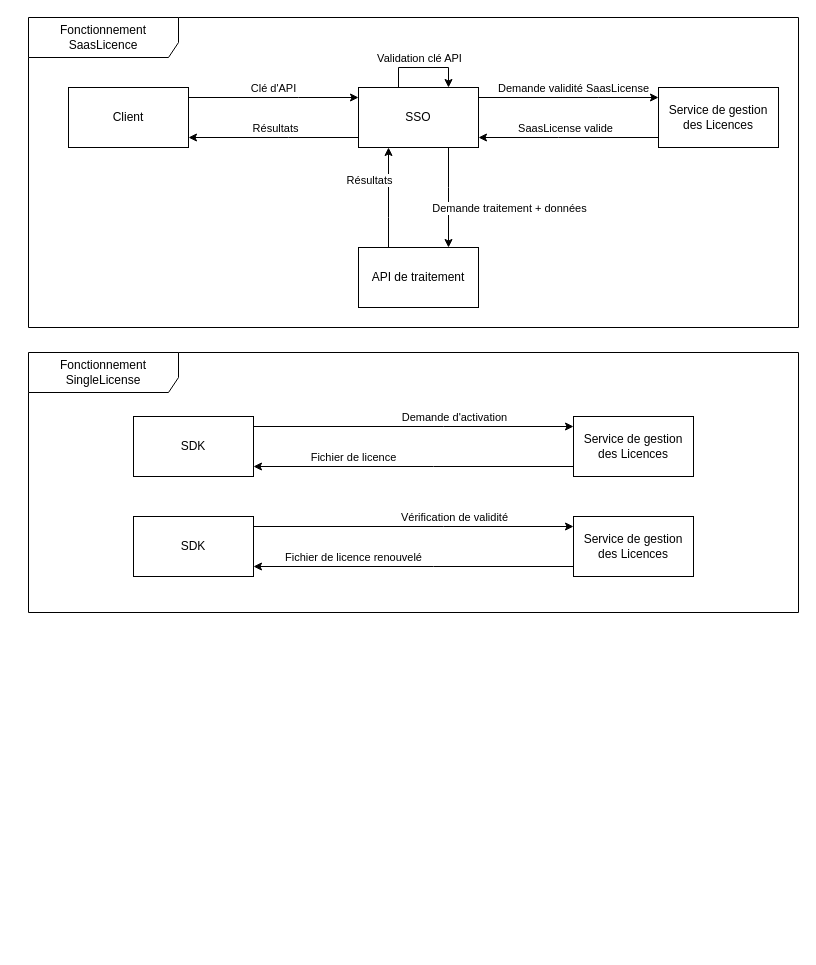
The draw.io diagram Diagramme sans nom.drawio in Smaxxe/ProjetStage, before the edit. Source tidied: cells renumbered, new cells numbered last; positions are measured from the earlier drawing's top-left corner, leaving out a move shared by most shapes. Both pictures are drawn from the tidied source at 100%, with x=0, y=0 at pixel (28, 17).
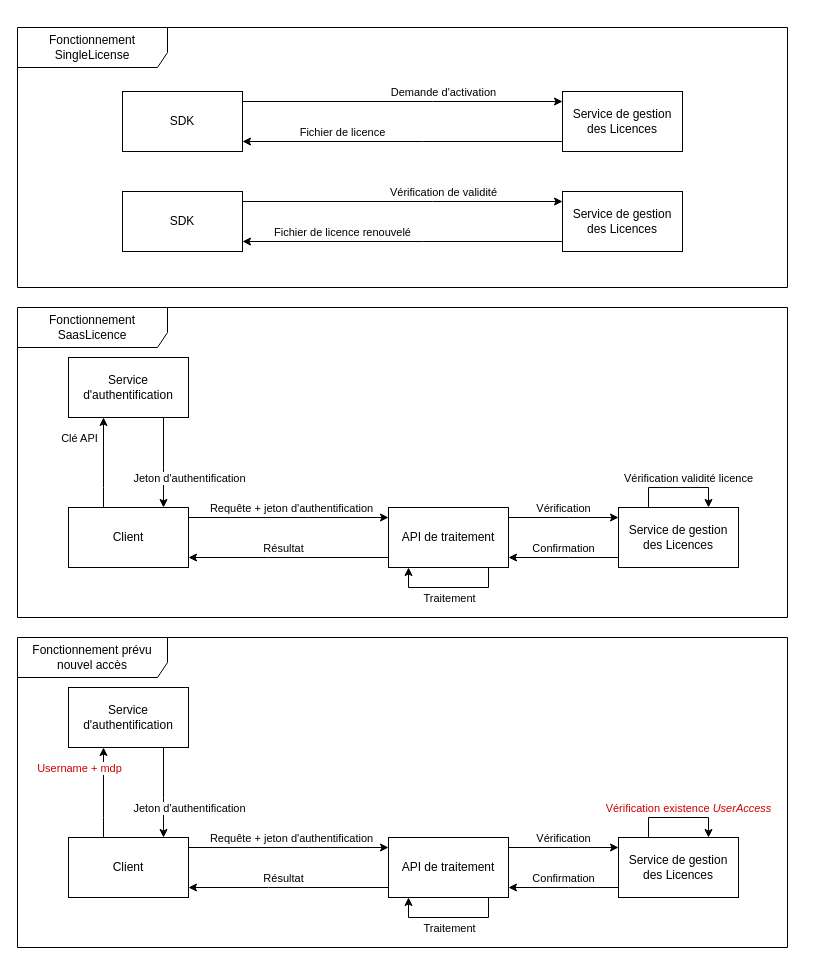
After the change.

Commit message:
Mettre à jour Diagramme sans nom.drawio

Diff of the diagram source:
```diff
@@
-    <mxCell id="2" style="edgeStyle=orthogonalEdgeStyle;rounded=0;jettySize=auto;html=1;" parent="1" edge="1" source="4" target="11">
-      <mxGeometry relative="1" as="geometry">
-        <Array as="points">
-          <mxPoint x="270" y="80" />
-          <mxPoint x="270" y="80" />
-        </Array>
-      </mxGeometry>
-    </mxCell>
-    <mxCell id="3" value="&lt;div&gt;Clé d'API&lt;br&gt;&lt;/div&gt;" style="edgeLabel;html=1;align=center;verticalAlign=middle;" parent="2" vertex="1">
-      <mxGeometry x="0.27" y="1" relative="1" as="geometry">
-        <mxPoint x="-24" y="-9" as="offset" />
-      </mxGeometry>
-    </mxCell>
-    <mxCell id="4" value="Client" style="rounded=0;whiteSpace=wrap;html=1;" parent="1" vertex="1">
-      <mxGeometry x="40" y="70" width="120" height="60" as="geometry" />
-    </mxCell>
-    <mxCell id="5" style="edgeStyle=orthogonalEdgeStyle;rounded=0;jettySize=auto;html=1;" parent="1" edge="1" source="11" target="4">
-      <mxGeometry relative="1" as="geometry">
-        <Array as="points">
-          <mxPoint x="260" y="120" />
-          <mxPoint x="260" y="120" />
-        </Array>
-      </mxGeometry>
-    </mxCell>
-    <mxCell id="6" value="Résultats " style="edgeLabel;html=1;align=center;verticalAlign=middle;" parent="5" vertex="1">
-      <mxGeometry x="0.23" y="1" relative="1" as="geometry">
-        <mxPoint x="21" y="-11" as="offset" />
-      </mxGeometry>
-    </mxCell>
     <mxCell id="7" style="edgeStyle=orthogonalEdgeStyle;rounded=0;jettySize=auto;html=1;" parent="1" edge="1" source="11" target="14">
       <mxGeometry relative="1" as="geometry">
         <Array as="points">
-          <mxPoint x="570" y="80" />
-          <mxPoint x="570" y="80" />
+          <mxPoint x="280" y="500" />
+          <mxPoint x="280" y="500" />
         </Array>
       </mxGeometry>
     </mxCell>
-    <mxCell id="8" value="Demande validité SaasLicense" style="edgeLabel;html=1;align=center;verticalAlign=middle;" parent="7" vertex="1">
+    <mxCell id="8" value="Requête + jeton d'authentification" style="edgeLabel;html=1;align=center;verticalAlign=middle;" parent="7" vertex="1">
       <mxGeometry x="0.24" y="1" relative="1" as="geometry">
-        <mxPoint x="-18" y="-9" as="offset" />
+        <mxPoint x="-22" y="-9" as="offset" />
       </mxGeometry>
     </mxCell>
-    <mxCell id="9" style="edgeStyle=orthogonalEdgeStyle;rounded=0;jettySize=auto;html=1;" parent="1" edge="1" source="11" target="19">
-      <mxGeometry relative="1" as="geometry">
-        <Array as="points">
-          <mxPoint x="420" y="170" />
-          <mxPoint x="420" y="170" />
-        </Array>
-      </mxGeometry>
-    </mxCell>
-    <mxCell id="10" value="Demande traitement + données" style="edgeLabel;html=1;align=center;verticalAlign=middle;" parent="9" vertex="1">
-      <mxGeometry x="-0.2" y="1" relative="1" as="geometry">
-        <mxPoint x="59" y="20" as="offset" />
-      </mxGeometry>
-    </mxCell>
-    <mxCell id="11" value="SSO" style="rounded=0;whiteSpace=wrap;html=1;" parent="1" vertex="1">
-      <mxGeometry x="330" y="70" width="120" height="60" as="geometry" />
+    <mxCell id="11" value="Client" style="rounded=0;whiteSpace=wrap;html=1;" parent="1" vertex="1">
+      <mxGeometry x="40" y="490" width="120" height="60" as="geometry" />
     </mxCell>
     <mxCell id="12" style="edgeStyle=orthogonalEdgeStyle;rounded=0;jettySize=auto;html=1;" parent="1" edge="1" source="14" target="11">
       <mxGeometry relative="1" as="geometry">
         <Array as="points">
-          <mxPoint x="530" y="120" />
-          <mxPoint x="530" y="120" />
+          <mxPoint x="240" y="540" />
+          <mxPoint x="240" y="540" />
         </Array>
       </mxGeometry>
     </mxCell>
-    <mxCell id="13" value="SaasLicense valide" style="edgeLabel;html=1;align=center;verticalAlign=middle;" parent="12" vertex="1">
+    <mxCell id="13" value="Résultat" style="edgeLabel;html=1;align=center;verticalAlign=middle;" parent="12" vertex="1">
       <mxGeometry x="0.15" y="1" relative="1" as="geometry">
         <mxPoint x="9" y="-11" as="offset" />
       </mxGeometry>
     </mxCell>
+    <mxCell id="34" style="edgeStyle=orthogonalEdgeStyle;rounded=0;jettySize=auto;html=1;" parent="1" edge="1" source="14" target="19">
+      <mxGeometry relative="1" as="geometry">
+        <Array as="points">
+          <mxPoint x="540" y="500" />
+          <mxPoint x="540" y="500" />
+        </Array>
+      </mxGeometry>
+    </mxCell>
+    <mxCell id="35" value="Vérification" style="edgeLabel;html=1;align=center;verticalAlign=middle;" parent="34" vertex="1">
+      <mxGeometry x="0.23" relative="1" as="geometry">
+        <mxPoint x="-14" y="-10" as="offset" />
+      </mxGeometry>
+    </mxCell>
-    <mxCell id="14" value="Service de gestion des Licences" style="rounded=0;whiteSpace=wrap;html=1;" parent="1" vertex="1">
-      <mxGeometry x="630" y="70" width="120" height="60" as="geometry" />
+    <mxCell id="14" value="API de traitement" style="rounded=0;whiteSpace=wrap;html=1;" parent="1" vertex="1">
+      <mxGeometry x="360" y="490" width="120" height="60" as="geometry" />
     </mxCell>
-    <mxCell id="15" style="edgeStyle=orthogonalEdgeStyle;rounded=0;orthogonalLoop=1;jettySize=auto;html=1;" parent="1" edge="1" source="11" target="11">
+    <mxCell id="15" style="edgeStyle=orthogonalEdgeStyle;rounded=0;jettySize=auto;html=1;" parent="1" edge="1" source="11" target="40">
       <mxGeometry relative="1" as="geometry">
         <Array as="points">
-          <mxPoint x="370" y="50" />
-          <mxPoint x="420" y="50" />
+          <mxPoint x="75" y="470" />
+          <mxPoint x="75" y="470" />
         </Array>
       </mxGeometry>
     </mxCell>
-    <mxCell id="16" value="Validation clé API" style="edgeLabel;html=1;align=center;verticalAlign=middle;" parent="15" vertex="1">
+    <mxCell id="16" value="Clé API" style="edgeLabel;html=1;align=center;verticalAlign=middle;" parent="15" vertex="1">
       <mxGeometry x="0.26" y="1" relative="1" as="geometry">
-        <mxPoint x="-17" y="-9" as="offset" />
+        <mxPoint x="-24" y="-13" as="offset" />
       </mxGeometry>
     </mxCell>
-    <mxCell id="17" style="edgeStyle=orthogonalEdgeStyle;rounded=0;jettySize=auto;html=1;" parent="1" edge="1" source="19" target="11">
-      <mxGeometry relative="1" as="geometry">
-        <Array as="points">
-          <mxPoint x="360" y="200" />
-          <mxPoint x="360" y="200" />
-        </Array>
-      </mxGeometry>
-    </mxCell>
-    <mxCell id="18" value="Résultats" style="edgeLabel;html=1;align=center;verticalAlign=middle;" parent="17" vertex="1">
-      <mxGeometry x="0.15" y="-3" relative="1" as="geometry">
-        <mxPoint x="-23" y="-11" as="offset" />
-      </mxGeometry>
-    </mxCell>
+    <mxCell id="36" style="edgeStyle=orthogonalEdgeStyle;rounded=0;jettySize=auto;html=1;" parent="1" edge="1" source="19" target="14">
+      <mxGeometry relative="1" as="geometry">
+        <Array as="points">
+          <mxPoint x="540" y="540" />
+          <mxPoint x="540" y="540" />
+        </Array>
+      </mxGeometry>
+    </mxCell>
+    <mxCell id="37" value="Confirmation" style="edgeLabel;html=1;align=center;verticalAlign=middle;" parent="36" vertex="1">
+      <mxGeometry x="0.19" relative="1" as="geometry">
+        <mxPoint x="9" y="-10" as="offset" />
+      </mxGeometry>
+    </mxCell>
-    <mxCell id="19" value="API de traitement" style="rounded=0;whiteSpace=wrap;html=1;" parent="1" vertex="1">
-      <mxGeometry x="330" y="230" width="120" height="60" as="geometry" />
+    <mxCell id="19" value="Service de gestion des Licences" style="rounded=0;whiteSpace=wrap;html=1;" parent="1" vertex="1">
+      <mxGeometry x="590" y="490" width="120" height="60" as="geometry" />
     </mxCell>
     <mxCell id="20" value="Fonctionnement SaasLicence" style="shape=umlFrame;whiteSpace=wrap;html=1;width=150;height=40;" parent="1" vertex="1">
-      <mxGeometry width="770" height="310" as="geometry" />
+      <mxGeometry x="-11" y="290" width="770" height="310" as="geometry" />
     </mxCell>
     <mxCell id="21" style="edgeStyle=orthogonalEdgeStyle;rounded=0;jettySize=auto;html=1;" parent="1" edge="1" source="23" target="26">
       <mxGeometry relative="1" as="geometry">
         <Array as="points">
-          <mxPoint x="415" y="409" />
-          <mxPoint x="415" y="409" />
+          <mxPoint x="404" y="84" />
+          <mxPoint x="404" y="84" />
         </Array>
       </mxGeometry>
     </mxCell>
@@
     <mxCell id="23" value="SDK" style="rounded=0;whiteSpace=wrap;html=1;" parent="1" vertex="1">
-      <mxGeometry x="105" y="399" width="120" height="60" as="geometry" />
+      <mxGeometry x="94" y="74" width="120" height="60" as="geometry" />
     </mxCell>
     <mxCell id="24" style="edgeStyle=orthogonalEdgeStyle;rounded=0;jettySize=auto;html=1;" parent="1" edge="1" source="26" target="23">
       <mxGeometry relative="1" as="geometry">
         <Array as="points">
-          <mxPoint x="405" y="449" />
-          <mxPoint x="405" y="449" />
+          <mxPoint x="394" y="124" />
+          <mxPoint x="394" y="124" />
         </Array>
       </mxGeometry>
     </mxCell>
@@
     <mxCell id="26" value="Service de gestion des Licences" style="rounded=0;whiteSpace=wrap;html=1;" parent="1" vertex="1">
-      <mxGeometry x="545" y="399" width="120" height="60" as="geometry" />
+      <mxGeometry x="534" y="74" width="120" height="60" as="geometry" />
     </mxCell>
     <mxCell id="27" style="edgeStyle=orthogonalEdgeStyle;rounded=0;jettySize=auto;html=1;" parent="1" edge="1" source="29" target="32">
       <mxGeometry relative="1" as="geometry">
         <Array as="points">
-          <mxPoint x="415" y="509" />
-          <mxPoint x="415" y="509" />
+          <mxPoint x="404" y="184" />
+          <mxPoint x="404" y="184" />
         </Array>
       </mxGeometry>
     </mxCell>
@@
     <mxCell id="29" value="SDK" style="rounded=0;whiteSpace=wrap;html=1;" parent="1" vertex="1">
-      <mxGeometry x="105" y="499" width="120" height="60" as="geometry" />
+      <mxGeometry x="94" y="174" width="120" height="60" as="geometry" />
     </mxCell>
     <mxCell id="30" style="edgeStyle=orthogonalEdgeStyle;rounded=0;jettySize=auto;html=1;" parent="1" edge="1" source="32" target="29">
       <mxGeometry relative="1" as="geometry">
         <Array as="points">
-          <mxPoint x="405" y="549" />
-          <mxPoint x="405" y="549" />
+          <mxPoint x="394" y="224" />
+          <mxPoint x="394" y="224" />
         </Array>
       </mxGeometry>
     </mxCell>
@@
     <mxCell id="32" value="Service de gestion des Licences" style="rounded=0;whiteSpace=wrap;html=1;" parent="1" vertex="1">
-      <mxGeometry x="545" y="499" width="120" height="60" as="geometry" />
+      <mxGeometry x="534" y="174" width="120" height="60" as="geometry" />
     </mxCell>
     <mxCell id="33" value="Fonctionnement SingleLicense" style="shape=umlFrame;whiteSpace=wrap;html=1;width=150;height=40;" parent="1" vertex="1">
-      <mxGeometry y="335" width="770" height="260" as="geometry" />
+      <mxGeometry x="-11" y="10" width="770" height="260" as="geometry" />
     </mxCell>
+    <mxCell id="38" style="edgeStyle=orthogonalEdgeStyle;rounded=0;jettySize=auto;html=1;" parent="1" edge="1" source="40" target="11">
+      <mxGeometry relative="1" as="geometry">
+        <Array as="points">
+          <mxPoint x="135" y="450" />
+          <mxPoint x="135" y="450" />
+        </Array>
+      </mxGeometry>
+    </mxCell>
+    <mxCell id="39" value="Jeton d'authentification " style="edgeLabel;html=1;align=center;verticalAlign=middle;" parent="38" vertex="1">
+      <mxGeometry x="-0.24" y="-1" relative="1" as="geometry">
+        <mxPoint x="26" y="26" as="offset" />
+      </mxGeometry>
+    </mxCell>
+    <mxCell id="40" value="Service d'authentification" style="rounded=0;whiteSpace=wrap;html=1;" parent="1" vertex="1">
+      <mxGeometry x="40" y="340" width="120" height="60" as="geometry" />
+    </mxCell>
+    <mxCell id="41" style="edgeStyle=orthogonalEdgeStyle;rounded=0;jettySize=auto;html=1;" parent="1" edge="1" source="4" target="47">
+      <mxGeometry relative="1" as="geometry">
+        <Array as="points">
+          <mxPoint x="280" y="830" />
+          <mxPoint x="280" y="830" />
+        </Array>
+      </mxGeometry>
+    </mxCell>
+    <mxCell id="42" value="Requête + jeton d'authentification" style="edgeLabel;html=1;align=center;verticalAlign=middle;" parent="41" vertex="1">
+      <mxGeometry x="0.24" y="1" relative="1" as="geometry">
+        <mxPoint x="-22" y="-9" as="offset" />
+      </mxGeometry>
+    </mxCell>
+    <mxCell id="4" value="Client" style="rounded=0;whiteSpace=wrap;html=1;" parent="1" vertex="1">
+      <mxGeometry x="40" y="820" width="120" height="60" as="geometry" />
+    </mxCell>
+    <mxCell id="43" style="edgeStyle=orthogonalEdgeStyle;rounded=0;jettySize=auto;html=1;" parent="1" edge="1" source="47" target="4">
+      <mxGeometry relative="1" as="geometry">
+        <Array as="points">
+          <mxPoint x="240" y="870" />
+          <mxPoint x="240" y="870" />
+        </Array>
+      </mxGeometry>
+    </mxCell>
+    <mxCell id="44" value="Résultat" style="edgeLabel;html=1;align=center;verticalAlign=middle;" parent="43" vertex="1">
+      <mxGeometry x="0.15" y="1" relative="1" as="geometry">
+        <mxPoint x="9" y="-11" as="offset" />
+      </mxGeometry>
+    </mxCell>
+    <mxCell id="45" style="edgeStyle=orthogonalEdgeStyle;rounded=0;jettySize=auto;html=1;" parent="1" edge="1" source="47" target="52">
+      <mxGeometry relative="1" as="geometry">
+        <Array as="points">
+          <mxPoint x="540" y="830" />
+          <mxPoint x="540" y="830" />
+        </Array>
+      </mxGeometry>
+    </mxCell>
+    <mxCell id="46" value="Vérification" style="edgeLabel;html=1;align=center;verticalAlign=middle;" parent="45" vertex="1">
+      <mxGeometry x="0.23" relative="1" as="geometry">
+        <mxPoint x="-14" y="-10" as="offset" />
+      </mxGeometry>
+    </mxCell>
+    <mxCell id="47" value="API de traitement" style="rounded=0;whiteSpace=wrap;html=1;" parent="1" vertex="1">
+      <mxGeometry x="360" y="820" width="120" height="60" as="geometry" />
+    </mxCell>
+    <mxCell id="48" style="edgeStyle=orthogonalEdgeStyle;rounded=0;jettySize=auto;html=1;" parent="1" edge="1" source="4" target="56">
+      <mxGeometry relative="1" as="geometry">
+        <Array as="points">
+          <mxPoint x="75" y="800" />
+          <mxPoint x="75" y="800" />
+        </Array>
+      </mxGeometry>
+    </mxCell>
+    <mxCell id="49" value="&lt;font color=&quot;#cc0000&quot;&gt;Username + mdp&lt;/font&gt;" style="edgeLabel;html=1;align=center;verticalAlign=middle;" parent="48" vertex="1">
+      <mxGeometry x="0.26" y="1" relative="1" as="geometry">
+        <mxPoint x="-24" y="-13" as="offset" />
+      </mxGeometry>
+    </mxCell>
+    <mxCell id="50" style="edgeStyle=orthogonalEdgeStyle;rounded=0;jettySize=auto;html=1;" parent="1" edge="1" source="52" target="47">
+      <mxGeometry relative="1" as="geometry">
+        <Array as="points">
+          <mxPoint x="540" y="870" />
+          <mxPoint x="540" y="870" />
+        </Array>
+      </mxGeometry>
+    </mxCell>
+    <mxCell id="51" value="Confirmation" style="edgeLabel;html=1;align=center;verticalAlign=middle;" parent="50" vertex="1">
+      <mxGeometry x="0.19" relative="1" as="geometry">
+        <mxPoint x="9" y="-10" as="offset" />
+      </mxGeometry>
+    </mxCell>
+    <mxCell id="52" value="Service de gestion des Licences" style="rounded=0;whiteSpace=wrap;html=1;" parent="1" vertex="1">
+      <mxGeometry x="590" y="820" width="120" height="60" as="geometry" />
+    </mxCell>
+    <mxCell id="53" value="&lt;div&gt;Fonctionnement prévu&lt;/div&gt;&lt;div&gt;nouvel accès&lt;br&gt;&lt;/div&gt;" style="shape=umlFrame;whiteSpace=wrap;html=1;width=150;height=40;" parent="1" vertex="1">
+      <mxGeometry x="-11" y="620" width="770" height="310" as="geometry" />
+    </mxCell>
+    <mxCell id="54" style="edgeStyle=orthogonalEdgeStyle;rounded=0;jettySize=auto;html=1;" parent="1" edge="1" source="56" target="4">
+      <mxGeometry relative="1" as="geometry">
+        <Array as="points">
+          <mxPoint x="135" y="780" />
+          <mxPoint x="135" y="780" />
+        </Array>
+      </mxGeometry>
+    </mxCell>
+    <mxCell id="55" value="Jeton d'authentification " style="edgeLabel;html=1;align=center;verticalAlign=middle;" parent="54" vertex="1">
+      <mxGeometry x="-0.24" y="-1" relative="1" as="geometry">
+        <mxPoint x="26" y="26" as="offset" />
+      </mxGeometry>
+    </mxCell>
+    <mxCell id="56" value="Service d'authentification" style="rounded=0;whiteSpace=wrap;html=1;" parent="1" vertex="1">
+      <mxGeometry x="40" y="670" width="120" height="60" as="geometry" />
+    </mxCell>
+    <mxCell id="57" style="edgeStyle=orthogonalEdgeStyle;rounded=0;orthogonalLoop=1;jettySize=auto;html=1;" parent="1" edge="1">
+      <mxGeometry relative="1" as="geometry">
+        <mxPoint x="620" y="490" as="sourcePoint" />
+        <mxPoint x="680" y="490" as="targetPoint" />
+        <Array as="points">
+          <mxPoint x="620" y="470" />
+        </Array>
+      </mxGeometry>
+    </mxCell>
+    <mxCell id="58" value="Vérification validité licence" style="edgeLabel;html=1;align=center;verticalAlign=middle;" parent="57" vertex="1">
+      <mxGeometry x="0.17" y="-2" relative="1" as="geometry">
+        <mxPoint y="-12" as="offset" />
+      </mxGeometry>
+    </mxCell>
+    <mxCell id="59" style="edgeStyle=orthogonalEdgeStyle;rounded=0;orthogonalLoop=1;jettySize=auto;html=1;" parent="1" edge="1">
+      <mxGeometry relative="1" as="geometry">
+        <mxPoint x="620" y="820" as="sourcePoint" />
+        <mxPoint x="680" y="820" as="targetPoint" />
+        <Array as="points">
+          <mxPoint x="620" y="800" />
+        </Array>
+      </mxGeometry>
+    </mxCell>
+    <mxCell id="60" value="&lt;font color=&quot;#cc0000&quot;&gt;Vérification existence &lt;i&gt;UserAccess&lt;/i&gt;&lt;/font&gt;" style="edgeLabel;html=1;align=center;verticalAlign=middle;" parent="59" vertex="1">
+      <mxGeometry x="0.17" y="-2" relative="1" as="geometry">
+        <mxPoint y="-12" as="offset" />
+      </mxGeometry>
+    </mxCell>
+    <mxCell id="61" style="edgeStyle=orthogonalEdgeStyle;rounded=0;orthogonalLoop=1;jettySize=auto;html=1;shadow=0;" parent="1" edge="1" source="14" target="14">
+      <mxGeometry relative="1" as="geometry">
+        <Array as="points">
+          <mxPoint x="460" y="570" />
+          <mxPoint x="380" y="560" />
+        </Array>
+      </mxGeometry>
+    </mxCell>
+    <mxCell id="62" value="Traitement" style="edgeLabel;html=1;align=center;verticalAlign=middle;" parent="61" vertex="1">
+      <mxGeometry x="0.29" y="3" relative="1" as="geometry">
+        <mxPoint x="17" y="7" as="offset" />
+      </mxGeometry>
+    </mxCell>
+    <mxCell id="63" style="edgeStyle=orthogonalEdgeStyle;rounded=0;orthogonalLoop=1;jettySize=auto;html=1;shadow=0;" parent="1" edge="1">
+      <mxGeometry relative="1" as="geometry">
+        <mxPoint x="460" y="880" as="sourcePoint" />
+        <mxPoint x="380" y="880" as="targetPoint" />
+        <Array as="points">
+          <mxPoint x="460" y="900" />
+          <mxPoint x="380" y="890" />
+        </Array>
+      </mxGeometry>
+    </mxCell>
+    <mxCell id="64" value="Traitement" style="edgeLabel;html=1;align=center;verticalAlign=middle;" parent="63" vertex="1">
+      <mxGeometry x="0.29" y="3" relative="1" as="geometry">
+        <mxPoint x="17" y="7" as="offset" />
+      </mxGeometry>
+    </mxCell>
```
